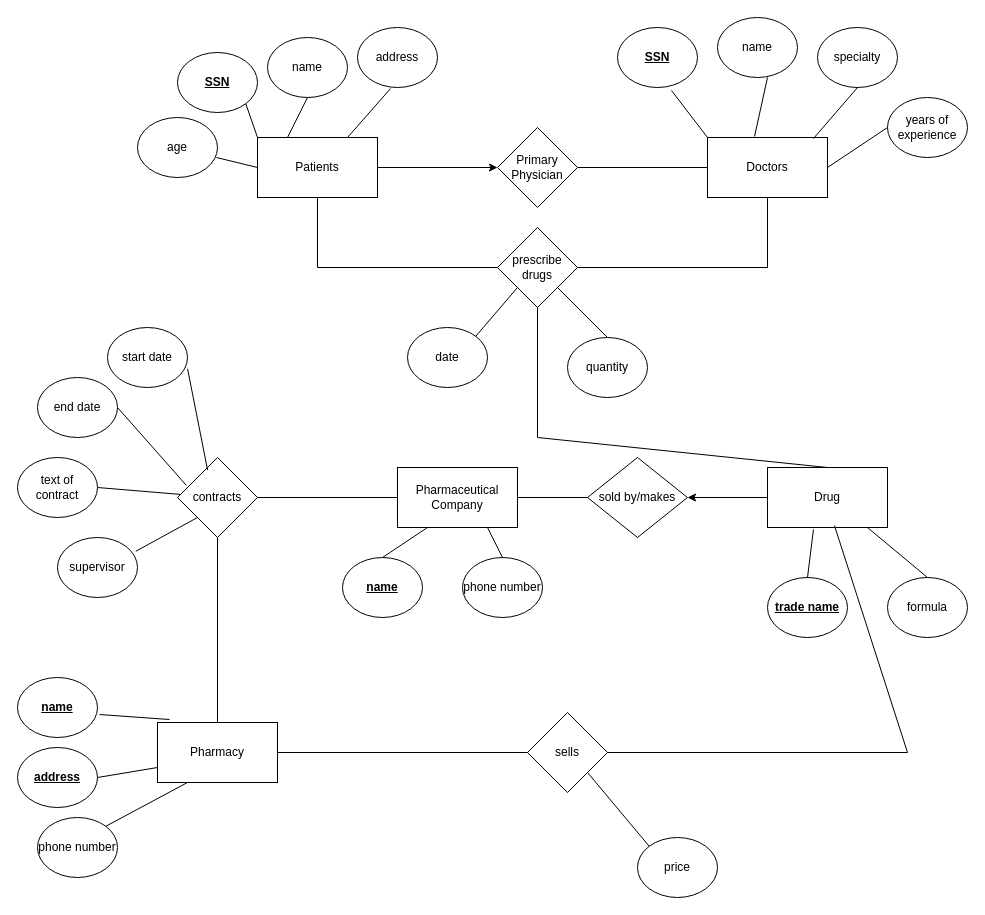
Earlier version of the draw.io diagram Homework 1 Problem 2.drawio (kenrickeagar/336). Source tidied: cells renumbered, new cells numbered last; positions are measured from the earlier drawing's top-left corner, leaving out a move shared by most shapes. Both pictures are drawn from the tidied source at 100%, with x=0, y=0 at pixel (17, 17).
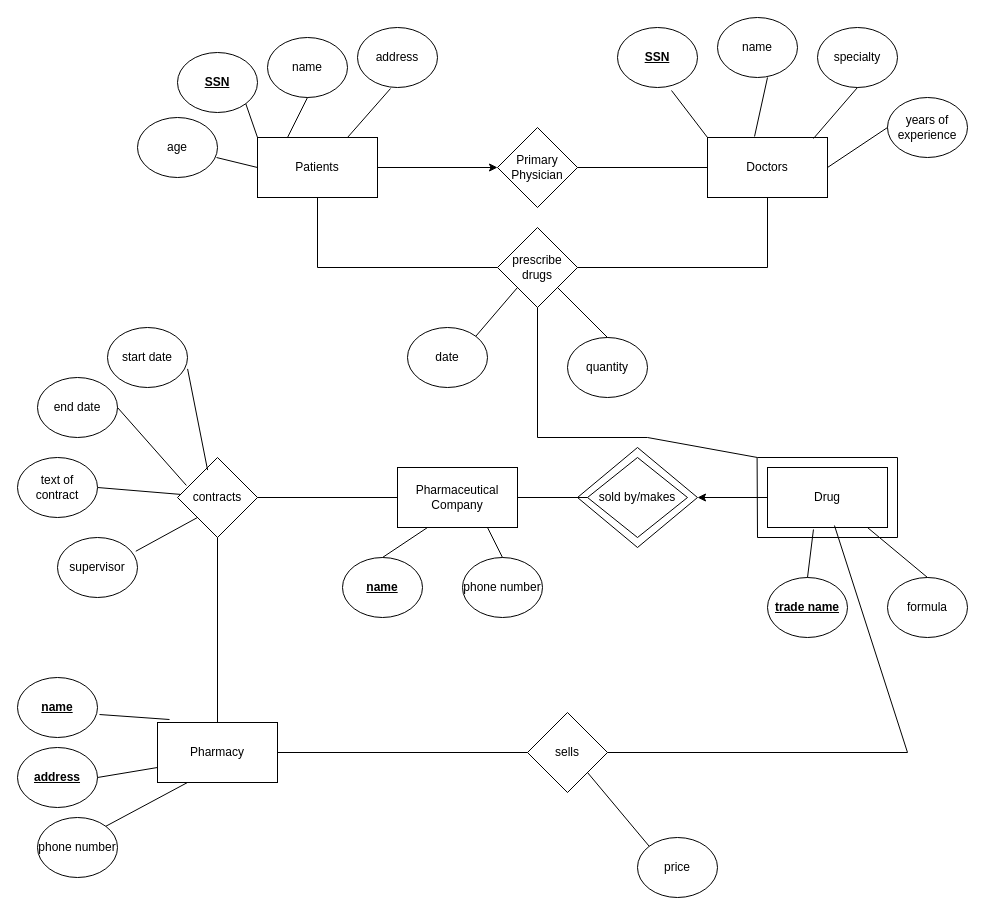
The same diagram, later.

Unchanged cells that the change refers to:
```xml
<mxCell id="25" value="Drug" style="rounded=0;whiteSpace=wrap;html=1;" parent="1" vertex="1">
  <mxGeometry x="750" y="450" width="120" height="60" as="geometry" />
</mxCell>
<mxCell id="30" value="sold by/makes" style="rhombus;whiteSpace=wrap;html=1;" parent="1" vertex="1">
  <mxGeometry x="570" y="440" width="100" height="80" as="geometry" />
</mxCell>
<mxCell id="48" value="prescribe&lt;br&gt;drugs" style="rhombus;whiteSpace=wrap;html=1;" parent="1" vertex="1">
  <mxGeometry x="480" y="210" width="80" height="80" as="geometry" />
</mxCell>
```

The edit, as a diff of the source:
```diff
@@
-    <mxCell id="40" style="endArrow=classic;html=1;rounded=0;entryX=1;entryY=0.5;entryDx=0;entryDy=0;exitX=0;exitY=0.5;exitDx=0;exitDy=0;" parent="1" edge="1" source="25" target="30">
-      <mxGeometry relative="1" as="geometry" />
+    <mxCell id="40" style="endArrow=classic;html=1;rounded=0;exitX=0;exitY=0.5;exitDx=0;exitDy=0;" parent="1" edge="1" source="25">
+      <mxGeometry relative="1" as="geometry">
+        <mxPoint x="680" y="480" as="targetPoint" />
+      </mxGeometry>
     </mxCell>
@@
-    <mxCell id="55" style="endArrow=none;html=1;rounded=0;entryX=0.5;entryY=1;entryDx=0;entryDy=0;exitX=0.5;exitY=0;exitDx=0;exitDy=0;" parent="1" edge="1" source="25" target="48">
+    <mxCell id="55" style="endArrow=none;html=1;rounded=0;entryX=0.5;entryY=1;entryDx=0;entryDy=0;" parent="1" edge="1" target="48">
       <mxGeometry relative="1" as="geometry">
+        <mxPoint x="740" y="440" as="sourcePoint" />
         <Array as="points">
+          <mxPoint x="630" y="420" />
           <mxPoint x="520" y="420" />
         </Array>
       </mxGeometry>
     </mxCell>
@@
+    <mxCell id="67" style="endArrow=none;html=1;rounded=0;" parent="1" edge="1">
+      <mxGeometry relative="1" as="geometry">
+        <mxPoint x="740" y="440" as="sourcePoint" />
+        <mxPoint x="880" y="440" as="targetPoint" />
+      </mxGeometry>
+    </mxCell>
+    <mxCell id="68" style="endArrow=none;html=1;rounded=0;" parent="1" edge="1">
+      <mxGeometry relative="1" as="geometry">
+        <mxPoint x="740" y="520" as="sourcePoint" />
+        <mxPoint x="739.6" y="440" as="targetPoint" />
+      </mxGeometry>
+    </mxCell>
+    <mxCell id="69" style="endArrow=none;html=1;rounded=0;" parent="1" edge="1">
+      <mxGeometry relative="1" as="geometry">
+        <mxPoint x="740" y="520" as="sourcePoint" />
+        <mxPoint x="880" y="520" as="targetPoint" />
+      </mxGeometry>
+    </mxCell>
+    <mxCell id="70" style="endArrow=none;html=1;rounded=0;" parent="1" edge="1">
+      <mxGeometry relative="1" as="geometry">
+        <mxPoint x="880" y="520" as="sourcePoint" />
+        <mxPoint x="880" y="440" as="targetPoint" />
+      </mxGeometry>
+    </mxCell>
+    <mxCell id="71" style="endArrow=none;html=1;rounded=0;" parent="1" edge="1">
+      <mxGeometry relative="1" as="geometry">
+        <mxPoint x="560" y="480" as="sourcePoint" />
+        <mxPoint x="620" y="430" as="targetPoint" />
+      </mxGeometry>
+    </mxCell>
+    <mxCell id="72" style="endArrow=none;html=1;rounded=0;" parent="1" edge="1">
+      <mxGeometry relative="1" as="geometry">
+        <mxPoint x="560" y="480" as="sourcePoint" />
+        <mxPoint x="620" y="530" as="targetPoint" />
+      </mxGeometry>
+    </mxCell>
+    <mxCell id="73" style="endArrow=none;html=1;rounded=0;" parent="1" edge="1">
+      <mxGeometry relative="1" as="geometry">
+        <mxPoint x="620" y="530" as="sourcePoint" />
+        <mxPoint x="680" y="480" as="targetPoint" />
+      </mxGeometry>
+    </mxCell>
+    <mxCell id="74" style="endArrow=none;html=1;rounded=0;" parent="1" edge="1">
+      <mxGeometry relative="1" as="geometry">
+        <mxPoint x="680" y="480" as="sourcePoint" />
+        <mxPoint x="620" y="430" as="targetPoint" />
+      </mxGeometry>
+    </mxCell>
```
